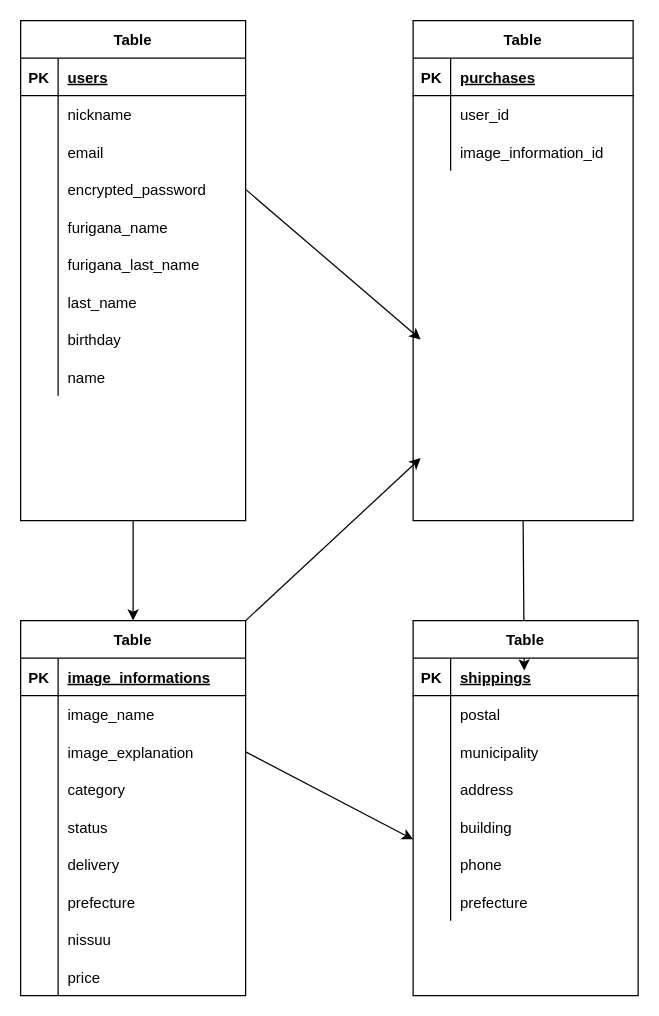
Earlier version of the draw.io diagram furima.dio (syumpei1997/furima-36707). Source tidied: cells renumbered, new cells numbered last; positions are measured from the earlier drawing's top-left corner, leaving out a move shared by most shapes. Both pictures are drawn from the tidied source at 125%, with x=0, y=0 at pixel (20, 20).
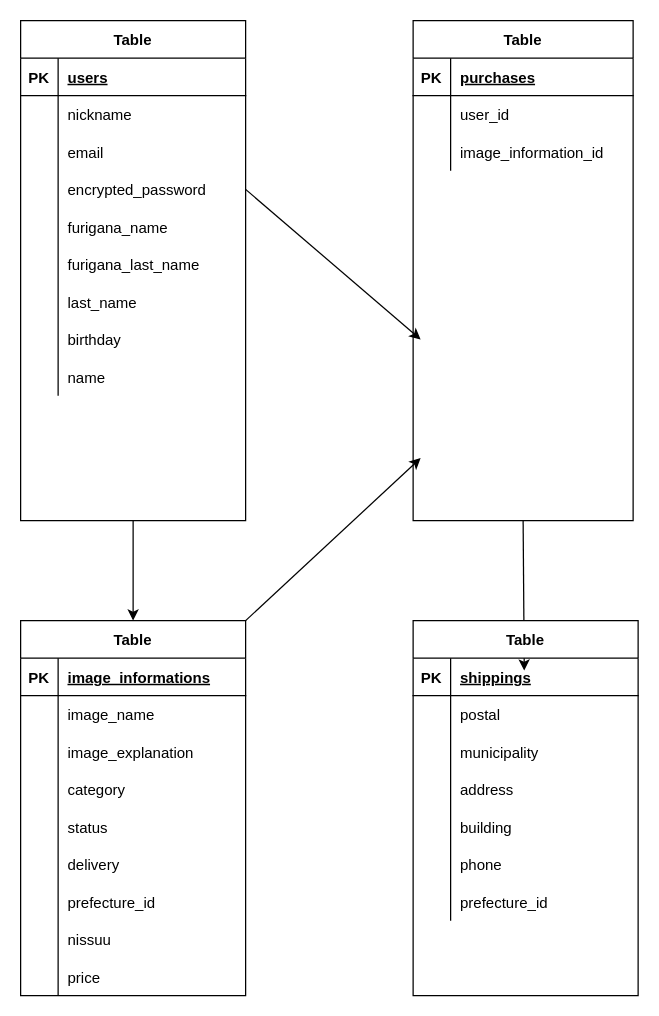
After the change.

Commit message:
DB設計再提出８

Unchanged cells that the change refers to:
```xml
<mxCell id="50" style="shape=partialRectangle;fillColor=none;top=0;left=0;bottom=0;right=0;points=[[0,0.5],[1,0.5]];portConstraint=eastwest;" parent="43" vertex="1">
  <mxGeometry y="90" width="180" height="30" as="geometry" />
</mxCell>
<mxCell id="62" style="shape=partialRectangle;fillColor=none;top=0;left=0;bottom=0;right=0;" parent="43" vertex="1">
  <mxGeometry y="210" width="180" height="30" as="geometry" />
</mxCell>
<mxCell id="92" style="shape=partialRectangle;fillColor=none;top=0;left=0;bottom=0;right=0;" parent="73" vertex="1">
  <mxGeometry y="210" width="180" height="30" as="geometry" />
</mxCell>
```

The edit, as a diff of the source:
```diff
@@
-    <mxCell id="64" value="prefecture" style="shape=partialRectangle;fillColor=none;top=0;left=0;bottom=0;right=0;align=left;spacingLeft=6;overflow=hidden;" parent="62" vertex="1">
+    <mxCell id="64" value="prefecture_id" style="shape=partialRectangle;fillColor=none;top=0;left=0;bottom=0;right=0;align=left;spacingLeft=6;overflow=hidden;" parent="62" vertex="1">
       <mxGeometry x="30" width="150" height="30" as="geometry" />
     </mxCell>
@@
-    <mxCell id="72" style="edgeStyle=none;html=1;exitX=1;exitY=0.5;exitDx=0;exitDy=0;entryX=0;entryY=0.5;entryDx=0;entryDy=0;" parent="1" edge="1" source="50">
-      <mxGeometry relative="1" as="geometry">
-        <mxPoint x="314" y="655" as="targetPoint" />
-      </mxGeometry>
-    </mxCell>
@@
-    <mxCell id="94" value="prefecture" style="shape=partialRectangle;fillColor=none;top=0;left=0;bottom=0;right=0;align=left;spacingLeft=6;overflow=hidden;" parent="92" vertex="1">
+    <mxCell id="94" value="prefecture_id" style="shape=partialRectangle;fillColor=none;top=0;left=0;bottom=0;right=0;align=left;spacingLeft=6;overflow=hidden;" parent="92" vertex="1">
       <mxGeometry x="30" width="150" height="30" as="geometry" />
     </mxCell>
```
